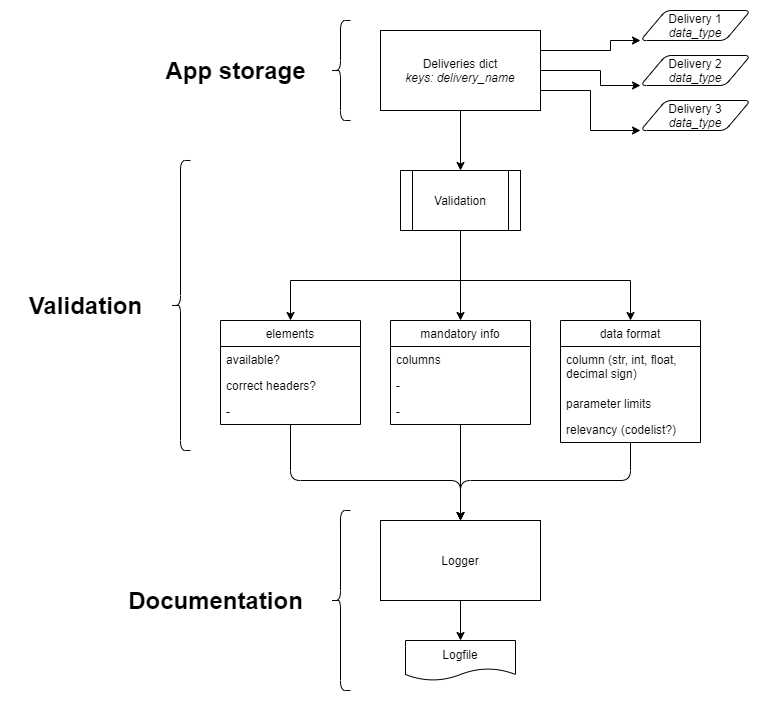
This is doc/sketch_validation.png from sharksmhi/sharkvalidator, a draw.io export, as it was before one commit. Source tidied: cells renumbered, new cells last; positions are measured from the earlier drawing's top-left corner, leaving out a move shared by most shapes. The source it was exported from:
```xml
<mxGraphModel>
  <root>
    <mxCell id="0" />
    <mxCell id="1" parent="0" />
    <mxCell id="2" style="edgeStyle=orthogonalEdgeStyle;rounded=0;jettySize=auto;html=1;entryX=0.5;entryY=0;entryDx=0;entryDy=0;" parent="1" edge="1" source="3" target="34">
      <mxGeometry relative="1" as="geometry" />
    </mxCell>
    <mxCell id="3" value="Deliveries dict&lt;br&gt;&lt;i&gt;keys: delivery_name&lt;/i&gt;" style="rounded=0;whiteSpace=wrap;html=1;" parent="1" vertex="1">
      <mxGeometry x="370" y="20" width="160" height="80" as="geometry" />
    </mxCell>
    <mxCell id="4" style="edgeStyle=orthogonalEdgeStyle;rounded=0;jettySize=auto;html=1;entryX=0.5;entryY=0;entryDx=0;entryDy=0;" parent="1" edge="1" target="22">
      <mxGeometry relative="1" as="geometry">
        <mxPoint x="450" y="230" as="sourcePoint" />
        <Array as="points">
          <mxPoint x="450" y="270" />
          <mxPoint x="280" y="270" />
        </Array>
      </mxGeometry>
    </mxCell>
    <mxCell id="5" style="edgeStyle=orthogonalEdgeStyle;rounded=0;jettySize=auto;html=1;entryX=0.5;entryY=0;entryDx=0;entryDy=0;" parent="1" edge="1" target="16">
      <mxGeometry relative="1" as="geometry">
        <mxPoint x="450" y="230" as="sourcePoint" />
      </mxGeometry>
    </mxCell>
    <mxCell id="6" style="edgeStyle=orthogonalEdgeStyle;rounded=0;jettySize=auto;html=1;entryX=0.5;entryY=0;entryDx=0;entryDy=0;exitX=0.5;exitY=1;exitDx=0;exitDy=0;" parent="1" edge="1" source="34" target="27">
      <mxGeometry relative="1" as="geometry">
        <Array as="points">
          <mxPoint x="450" y="270" />
          <mxPoint x="620" y="270" />
        </Array>
      </mxGeometry>
    </mxCell>
    <mxCell id="7" style="shape=curlyBracket;whiteSpace=wrap;html=1;rounded=1;" parent="1" vertex="1">
      <mxGeometry x="320" y="10" width="20" height="100" as="geometry" />
    </mxCell>
    <mxCell id="8" value="App storage" style="text;strokeColor=none;fillColor=none;html=1;fontSize=24;fontStyle=1;verticalAlign=middle;align=center;" parent="1" vertex="1">
      <mxGeometry x="150" y="40" width="150" height="40" as="geometry" />
    </mxCell>
    <mxCell id="9" value="Delivery 1&lt;br&gt;&lt;i&gt;data_type&lt;/i&gt;" style="shape=parallelogram;html=1;strokeWidth=1;perimeter=parallelogramPerimeter;whiteSpace=wrap;rounded=1;arcSize=12;size=0.23;" parent="1" vertex="1">
      <mxGeometry x="630" width="110" height="30" as="geometry" />
    </mxCell>
    <mxCell id="10" value="Delivery 2&lt;br&gt;&lt;i&gt;data_type&lt;/i&gt;" style="shape=parallelogram;html=1;strokeWidth=1;perimeter=parallelogramPerimeter;whiteSpace=wrap;rounded=1;arcSize=12;size=0.23;" parent="1" vertex="1">
      <mxGeometry x="630" y="45" width="110" height="30" as="geometry" />
    </mxCell>
    <mxCell id="11" value="Delivery 3&lt;br&gt;&lt;i&gt;data_type&lt;/i&gt;" style="shape=parallelogram;html=1;strokeWidth=1;perimeter=parallelogramPerimeter;whiteSpace=wrap;rounded=1;arcSize=12;size=0.23;" parent="1" vertex="1">
      <mxGeometry x="630" y="90" width="110" height="30" as="geometry" />
    </mxCell>
    <mxCell id="12" style="edgeStyle=orthogonalEdgeStyle;rounded=0;jettySize=auto;html=1;exitX=1;exitY=0.25;exitDx=0;exitDy=0;entryX=0;entryY=1;entryDx=0;entryDy=0;" parent="1" edge="1" source="3" target="9">
      <mxGeometry relative="1" as="geometry">
        <Array as="points">
          <mxPoint x="600" y="40" />
          <mxPoint x="600" y="30" />
        </Array>
      </mxGeometry>
    </mxCell>
    <mxCell id="13" style="edgeStyle=orthogonalEdgeStyle;rounded=0;jettySize=auto;html=1;entryX=0;entryY=1;entryDx=0;entryDy=0;exitX=1;exitY=0.75;exitDx=0;exitDy=0;" parent="1" edge="1" source="3" target="11">
      <mxGeometry relative="1" as="geometry">
        <Array as="points">
          <mxPoint x="580" y="80" />
          <mxPoint x="580" y="120" />
        </Array>
      </mxGeometry>
    </mxCell>
    <mxCell id="14" style="edgeStyle=orthogonalEdgeStyle;rounded=0;jettySize=auto;html=1;entryX=0;entryY=1;entryDx=0;entryDy=0;exitX=1;exitY=0.5;exitDx=0;exitDy=0;" parent="1" edge="1" source="3" target="10">
      <mxGeometry relative="1" as="geometry">
        <Array as="points">
          <mxPoint x="590" y="60" />
          <mxPoint x="590" y="75" />
        </Array>
      </mxGeometry>
    </mxCell>
    <mxCell id="15" style="edgeStyle=orthogonalEdgeStyle;rounded=1;jettySize=auto;html=1;entryX=0.5;entryY=0;entryDx=0;entryDy=0;" parent="1" edge="1" source="16" target="33">
      <mxGeometry relative="1" as="geometry" />
    </mxCell>
    <mxCell id="16" value="mandatory info" style="swimlane;fontStyle=0;horizontal=1;startSize=26;fillColor=none;strokeWidth=1;" parent="1" vertex="1">
      <mxGeometry x="380" y="310" width="140" height="104" as="geometry" />
    </mxCell>
    <mxCell id="17" value="columns" style="text;strokeColor=none;fillColor=none;align=left;verticalAlign=top;spacingLeft=4;spacingRight=4;overflow=hidden;" parent="16" vertex="1">
      <mxGeometry y="26" width="140" height="26" as="geometry" />
    </mxCell>
    <mxCell id="18" value="-" style="text;strokeColor=none;fillColor=none;align=left;verticalAlign=top;spacingLeft=4;spacingRight=4;overflow=hidden;" parent="16" vertex="1">
      <mxGeometry y="52" width="140" height="26" as="geometry" />
    </mxCell>
    <mxCell id="19" value="-" style="text;strokeColor=none;fillColor=none;align=left;verticalAlign=top;spacingLeft=4;spacingRight=4;overflow=hidden;" parent="16" vertex="1">
      <mxGeometry y="78" width="140" height="26" as="geometry" />
    </mxCell>
    <mxCell id="20" style="shape=curlyBracket;whiteSpace=wrap;html=1;rounded=1;" parent="1" vertex="1">
      <mxGeometry x="160" y="150" width="20" height="290" as="geometry" />
    </mxCell>
    <mxCell id="21" style="edgeStyle=orthogonalEdgeStyle;rounded=1;jettySize=auto;html=1;entryX=0.5;entryY=0;entryDx=0;entryDy=0;" parent="1" edge="1" source="22" target="33">
      <mxGeometry relative="1" as="geometry">
        <Array as="points">
          <mxPoint x="280" y="470" />
          <mxPoint x="450" y="470" />
        </Array>
      </mxGeometry>
    </mxCell>
    <mxCell id="22" value="elements" style="swimlane;fontStyle=0;horizontal=1;startSize=26;fillColor=none;strokeWidth=1;" parent="1" vertex="1">
      <mxGeometry x="210" y="310" width="140" height="104" as="geometry" />
    </mxCell>
    <mxCell id="23" value="available?" style="text;strokeColor=none;fillColor=none;align=left;verticalAlign=top;spacingLeft=4;spacingRight=4;overflow=hidden;" parent="22" vertex="1">
      <mxGeometry y="26" width="140" height="26" as="geometry" />
    </mxCell>
    <mxCell id="24" value="correct headers?" style="text;strokeColor=none;fillColor=none;align=left;verticalAlign=top;spacingLeft=4;spacingRight=4;overflow=hidden;" parent="22" vertex="1">
      <mxGeometry y="52" width="140" height="26" as="geometry" />
    </mxCell>
    <mxCell id="25" value="-" style="text;strokeColor=none;fillColor=none;align=left;verticalAlign=top;spacingLeft=4;spacingRight=4;overflow=hidden;" parent="22" vertex="1">
      <mxGeometry y="78" width="140" height="26" as="geometry" />
    </mxCell>
    <mxCell id="26" style="edgeStyle=orthogonalEdgeStyle;rounded=1;jettySize=auto;html=1;entryX=0.5;entryY=0;entryDx=0;entryDy=0;" parent="1" edge="1" source="27" target="33">
      <mxGeometry relative="1" as="geometry">
        <Array as="points">
          <mxPoint x="620" y="470" />
          <mxPoint x="450" y="470" />
        </Array>
      </mxGeometry>
    </mxCell>
    <mxCell id="27" value="data format" style="swimlane;fontStyle=0;horizontal=1;startSize=26;fillColor=none;strokeWidth=1;" parent="1" vertex="1">
      <mxGeometry x="550" y="310" width="140" height="122" as="geometry" />
    </mxCell>
    <mxCell id="28" value="column (str, int, float, &#10;decimal sign)" style="text;strokeColor=none;fillColor=none;align=left;verticalAlign=top;spacingLeft=4;spacingRight=4;overflow=hidden;" parent="27" vertex="1">
      <mxGeometry y="26" width="140" height="44" as="geometry" />
    </mxCell>
    <mxCell id="29" value="parameter limits" style="text;strokeColor=none;fillColor=none;align=left;verticalAlign=top;spacingLeft=4;spacingRight=4;overflow=hidden;" parent="27" vertex="1">
      <mxGeometry y="70" width="140" height="26" as="geometry" />
    </mxCell>
    <mxCell id="30" value="relevancy (codelist?)" style="text;strokeColor=none;fillColor=none;align=left;verticalAlign=top;spacingLeft=4;spacingRight=4;overflow=hidden;" parent="27" vertex="1">
      <mxGeometry y="96" width="140" height="26" as="geometry" />
    </mxCell>
    <mxCell id="31" value="Validation" style="text;strokeColor=none;fillColor=none;html=1;fontSize=24;fontStyle=1;verticalAlign=middle;align=center;" parent="1" vertex="1">
      <mxGeometry y="275" width="150" height="40" as="geometry" />
    </mxCell>
    <mxCell id="32" style="edgeStyle=orthogonalEdgeStyle;rounded=1;jettySize=auto;html=1;" parent="1" edge="1" source="33" target="35">
      <mxGeometry relative="1" as="geometry" />
    </mxCell>
    <mxCell id="33" value="Logger" style="rounded=0;whiteSpace=wrap;html=1;" parent="1" vertex="1">
      <mxGeometry x="370" y="510" width="160" height="80" as="geometry" />
    </mxCell>
    <mxCell id="34" value="Validation" style="shape=process;whiteSpace=wrap;html=1;backgroundOutline=1;strokeWidth=1;" parent="1" vertex="1">
      <mxGeometry x="390" y="160" width="120" height="60" as="geometry" />
    </mxCell>
    <mxCell id="35" value="Logfile" style="shape=document;whiteSpace=wrap;html=1;boundedLbl=1;" parent="1" vertex="1">
      <mxGeometry x="395" y="630" width="110" height="40" as="geometry" />
    </mxCell>
    <mxCell id="36" style="shape=curlyBracket;whiteSpace=wrap;html=1;rounded=1;" parent="1" vertex="1">
      <mxGeometry x="320" y="500" width="20" height="180" as="geometry" />
    </mxCell>
    <mxCell id="37" value="Documentation" style="text;strokeColor=none;fillColor=none;html=1;fontSize=24;fontStyle=1;verticalAlign=middle;align=center;" parent="1" vertex="1">
      <mxGeometry x="110" y="570" width="190" height="40" as="geometry" />
    </mxCell>
  </root>
</mxGraphModel>
```
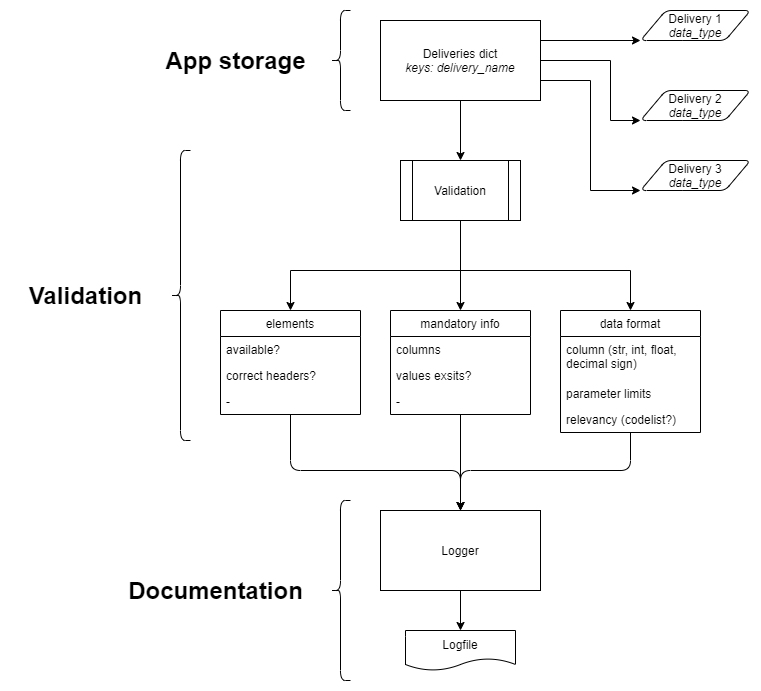
The same diagram one commit later.

Diff of the diagram source:
```diff
@@ -37,19 +37,18 @@
       <mxGeometry x="150" y="40" width="150" height="40" as="geometry" />
     </mxCell>
     <mxCell id="9" value="Delivery 1&lt;br&gt;&lt;i&gt;data_type&lt;/i&gt;" style="shape=parallelogram;html=1;strokeWidth=1;perimeter=parallelogramPerimeter;whiteSpace=wrap;rounded=1;arcSize=12;size=0.23;" parent="1" vertex="1">
-      <mxGeometry x="630" width="110" height="30" as="geometry" />
+      <mxGeometry x="630" y="10" width="110" height="30" as="geometry" />
     </mxCell>
     <mxCell id="10" value="Delivery 2&lt;br&gt;&lt;i&gt;data_type&lt;/i&gt;" style="shape=parallelogram;html=1;strokeWidth=1;perimeter=parallelogramPerimeter;whiteSpace=wrap;rounded=1;arcSize=12;size=0.23;" parent="1" vertex="1">
-      <mxGeometry x="630" y="45" width="110" height="30" as="geometry" />
+      <mxGeometry x="630" y="90" width="110" height="30" as="geometry" />
     </mxCell>
     <mxCell id="11" value="Delivery 3&lt;br&gt;&lt;i&gt;data_type&lt;/i&gt;" style="shape=parallelogram;html=1;strokeWidth=1;perimeter=parallelogramPerimeter;whiteSpace=wrap;rounded=1;arcSize=12;size=0.23;" parent="1" vertex="1">
-      <mxGeometry x="630" y="90" width="110" height="30" as="geometry" />
+      <mxGeometry x="630" y="160" width="110" height="30" as="geometry" />
     </mxCell>
     <mxCell id="12" style="edgeStyle=orthogonalEdgeStyle;rounded=0;jettySize=auto;html=1;exitX=1;exitY=0.25;exitDx=0;exitDy=0;entryX=0;entryY=1;entryDx=0;entryDy=0;" parent="1" edge="1" source="3" target="9">
       <mxGeometry relative="1" as="geometry">
         <Array as="points">
-          <mxPoint x="600" y="40" />
-          <mxPoint x="600" y="30" />
+          <mxPoint x="630" y="40" />
         </Array>
       </mxGeometry>
     </mxCell>
@@ -57,15 +56,15 @@
       <mxGeometry relative="1" as="geometry">
         <Array as="points">
           <mxPoint x="580" y="80" />
-          <mxPoint x="580" y="120" />
+          <mxPoint x="580" y="190" />
         </Array>
       </mxGeometry>
     </mxCell>
     <mxCell id="14" style="edgeStyle=orthogonalEdgeStyle;rounded=0;jettySize=auto;html=1;entryX=0;entryY=1;entryDx=0;entryDy=0;exitX=1;exitY=0.5;exitDx=0;exitDy=0;" parent="1" edge="1" source="3" target="10">
       <mxGeometry relative="1" as="geometry">
         <Array as="points">
-          <mxPoint x="590" y="60" />
-          <mxPoint x="590" y="75" />
+          <mxPoint x="600" y="60" />
+          <mxPoint x="600" y="120" />
         </Array>
       </mxGeometry>
     </mxCell>
@@ -78,7 +77,7 @@
     <mxCell id="17" value="columns" style="text;strokeColor=none;fillColor=none;align=left;verticalAlign=top;spacingLeft=4;spacingRight=4;overflow=hidden;" parent="16" vertex="1">
       <mxGeometry y="26" width="140" height="26" as="geometry" />
     </mxCell>
-    <mxCell id="18" value="-" style="text;strokeColor=none;fillColor=none;align=left;verticalAlign=top;spacingLeft=4;spacingRight=4;overflow=hidden;" parent="16" vertex="1">
+    <mxCell id="18" value="values exsits?" style="text;strokeColor=none;fillColor=none;align=left;verticalAlign=top;spacingLeft=4;spacingRight=4;overflow=hidden;" parent="16" vertex="1">
       <mxGeometry y="52" width="140" height="26" as="geometry" />
     </mxCell>
     <mxCell id="19" value="-" style="text;strokeColor=none;fillColor=none;align=left;verticalAlign=top;spacingLeft=4;spacingRight=4;overflow=hidden;" parent="16" vertex="1">
```
